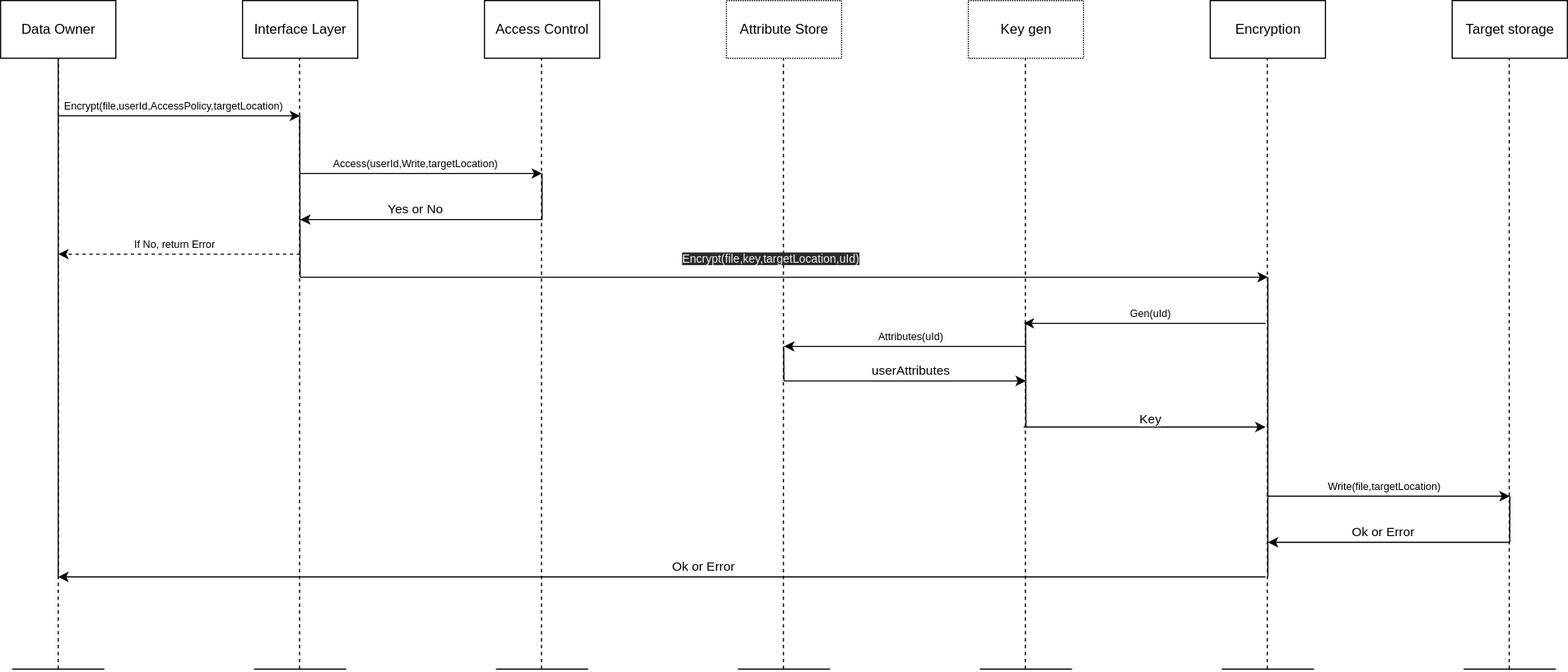
This is docs/design/system/encryption_flow.drawio.svg from ivajon/NGAC_ABE, a draw.io export, as it was before one commit. Source tidied: cells renumbered, new cells last; positions are measured from the earlier drawing's top-left corner, leaving out a move shared by most shapes.
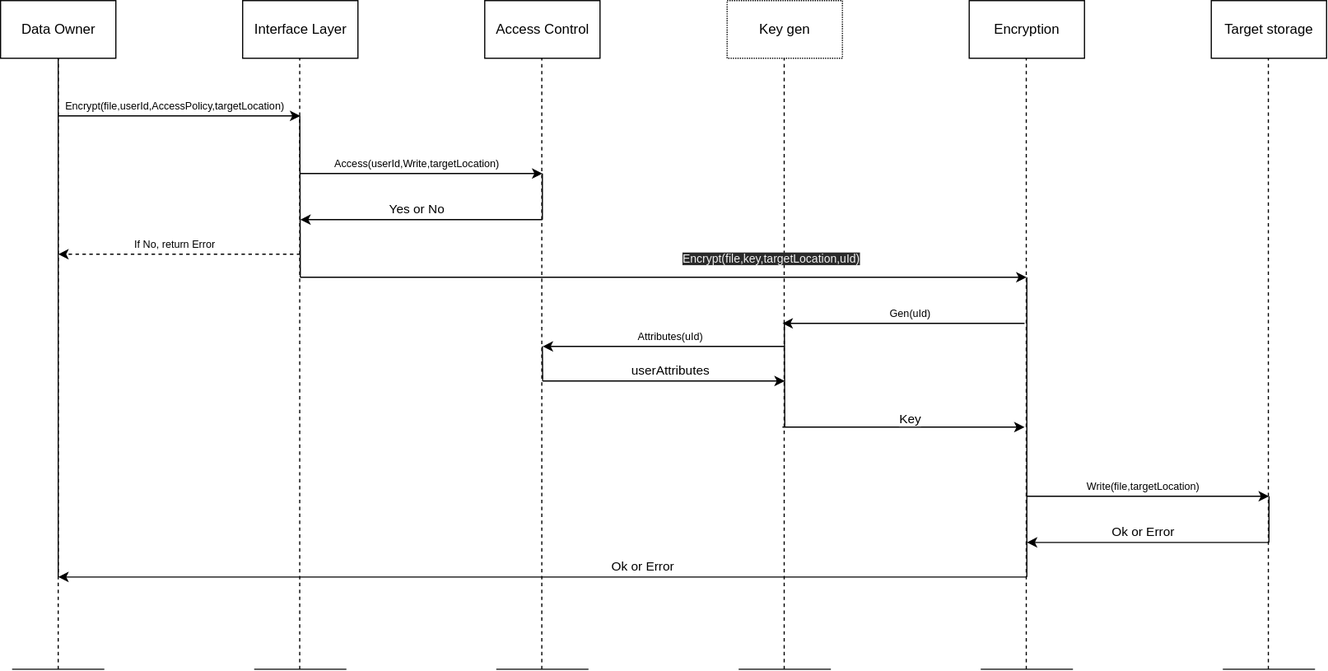
The same diagram one commit later.

Diff of the diagram source:
```diff
@@ -9,7 +9,7 @@
       <mxGeometry x="420" width="100" height="50" as="geometry" />
     </mxCell>
     <mxCell id="4" value="Encryption" style="html=1;dashed=0;whitespace=wrap;" parent="1" vertex="1">
-      <mxGeometry x="1050" width="100" height="50" as="geometry" />
+      <mxGeometry x="840.3" width="100" height="50" as="geometry" />
     </mxCell>
     <mxCell id="5" value="Interface Layer" style="html=1;dashed=0;whitespace=wrap;" parent="1" vertex="1">
       <mxGeometry x="210" width="100" height="50" as="geometry" />
@@ -43,10 +43,10 @@
     </mxCell>
     <mxCell id="9" style="endArrow=none;html=1;" parent="1" edge="1">
       <mxGeometry relative="1" as="geometry">
-        <mxPoint x="1060" y="580" as="sourcePoint" />
-        <mxPoint x="1140" y="580" as="targetPoint" />
+        <mxPoint x="850.3" y="580" as="sourcePoint" />
+        <mxPoint x="930.3" y="580" as="targetPoint" />
         <Array as="points">
-          <mxPoint x="1100" y="580" />
+          <mxPoint x="890.3" y="580" />
         </Array>
       </mxGeometry>
     </mxCell>
@@ -69,8 +69,8 @@
     </mxCell>
     <mxCell id="13" style="endArrow=none;dashed=1;html=1;entryX=0.5;entryY=1;entryDx=0;entryDy=0;" parent="1" edge="1">
       <mxGeometry relative="1" as="geometry">
-        <mxPoint x="1099.5" y="580" as="sourcePoint" />
-        <mxPoint x="1099.5" y="50" as="targetPoint" />
+        <mxPoint x="889.8" y="580" as="sourcePoint" />
+        <mxPoint x="889.8" y="50" as="targetPoint" />
       </mxGeometry>
     </mxCell>
     <mxCell id="14" style="endArrow=classic;html=1;" parent="1" edge="1">
@@ -91,21 +91,21 @@
       </mxGeometry>
     </mxCell>
     <mxCell id="17" value="Target storage" style="html=1;dashed=0;whitespace=wrap;" parent="1" vertex="1">
-      <mxGeometry x="1260" width="100" height="50" as="geometry" />
+      <mxGeometry x="1050.3" width="100" height="50" as="geometry" />
     </mxCell>
     <mxCell id="18" style="endArrow=none;html=1;" parent="1" edge="1">
       <mxGeometry relative="1" as="geometry">
-        <mxPoint x="1270" y="580" as="sourcePoint" />
-        <mxPoint x="1350" y="580" as="targetPoint" />
+        <mxPoint x="1060.3" y="580" as="sourcePoint" />
+        <mxPoint x="1140.3" y="580" as="targetPoint" />
         <Array as="points">
-          <mxPoint x="1310" y="580" />
+          <mxPoint x="1100.3" y="580" />
         </Array>
       </mxGeometry>
     </mxCell>
     <mxCell id="19" style="endArrow=none;dashed=1;html=1;entryX=0.5;entryY=1;entryDx=0;entryDy=0;" parent="1" edge="1">
       <mxGeometry relative="1" as="geometry">
-        <mxPoint x="1309.5" y="580" as="sourcePoint" />
-        <mxPoint x="1309.5" y="50" as="targetPoint" />
+        <mxPoint x="1099.8" y="580" as="sourcePoint" />
+        <mxPoint x="1099.8" y="50" as="targetPoint" />
       </mxGeometry>
     </mxCell>
     <mxCell id="20" style="endArrow=none;html=1;" parent="1" edge="1">
@@ -155,14 +155,14 @@
     </mxCell>
     <mxCell id="28" style="endArrow=none;html=1;" parent="1" edge="1">
       <mxGeometry relative="1" as="geometry">
-        <mxPoint x="1100" y="500" as="sourcePoint" />
-        <mxPoint x="1100" y="240" as="targetPoint" />
+        <mxPoint x="890.3" y="500" as="sourcePoint" />
+        <mxPoint x="890.3" y="240" as="targetPoint" />
       </mxGeometry>
     </mxCell>
     <mxCell id="29" style="endArrow=classic;html=1;" parent="1" edge="1">
       <mxGeometry relative="1" as="geometry">
-        <mxPoint x="1100" y="430" as="sourcePoint" />
-        <mxPoint x="1310" y="430" as="targetPoint" />
+        <mxPoint x="890.3" y="430" as="sourcePoint" />
+        <mxPoint x="1100.3" y="430" as="targetPoint" />
       </mxGeometry>
     </mxCell>
     <mxCell id="30" value="&lt;font style=&quot;font-size: 9px&quot;&gt;Write(file,targetLocation)&lt;/font&gt;" style="edgeLabel;html=1;align=center;verticalAlign=middle;" parent="29" vertex="1">
@@ -172,14 +172,14 @@
     </mxCell>
     <mxCell id="31" style="endArrow=none;html=1;" parent="1" edge="1">
       <mxGeometry relative="1" as="geometry">
-        <mxPoint x="1310" y="470" as="sourcePoint" />
-        <mxPoint x="1310.1" y="430" as="targetPoint" />
+        <mxPoint x="1100.3" y="470" as="sourcePoint" />
+        <mxPoint x="1100.3" y="430" as="targetPoint" />
       </mxGeometry>
     </mxCell>
     <mxCell id="32" style="endArrow=classic;html=1;" parent="1" edge="1">
       <mxGeometry relative="1" as="geometry">
-        <mxPoint x="1310" y="470" as="sourcePoint" />
-        <mxPoint x="1100" y="470" as="targetPoint" />
+        <mxPoint x="1100.3" y="470" as="sourcePoint" />
+        <mxPoint x="890.3" y="470" as="targetPoint" />
       </mxGeometry>
     </mxCell>
     <mxCell id="33" value="Ok or Error" style="edgeLabel;html=1;align=center;verticalAlign=middle;" parent="32" vertex="1">
@@ -187,52 +187,34 @@
         <mxPoint x="46" y="-13" as="offset" />
       </mxGeometry>
     </mxCell>
-    <mxCell id="34" value="Attribute Store" style="html=1;dashed=1;whitespace=wrap;dashPattern=1 1;" parent="1" vertex="1">
-      <mxGeometry x="630" width="100" height="50" as="geometry" />
-    </mxCell>
-    <mxCell id="35" style="endArrow=none;html=1;" parent="1" edge="1">
-      <mxGeometry relative="1" as="geometry">
-        <mxPoint x="640" y="580" as="sourcePoint" />
-        <mxPoint x="720" y="580" as="targetPoint" />
-        <Array as="points">
-          <mxPoint x="680" y="580" />
-        </Array>
-      </mxGeometry>
-    </mxCell>
-    <mxCell id="36" style="endArrow=none;dashed=1;html=1;entryX=0.5;entryY=1;entryDx=0;entryDy=0;" parent="1" edge="1">
-      <mxGeometry relative="1" as="geometry">
-        <mxPoint x="679.5" y="580" as="sourcePoint" />
-        <mxPoint x="679.5" y="50" as="targetPoint" />
-      </mxGeometry>
-    </mxCell>
     <mxCell id="37" value="Key gen" style="html=1;dashed=1;whitespace=wrap;dashPattern=1 1;" parent="1" vertex="1">
-      <mxGeometry x="840" width="100" height="50" as="geometry" />
+      <mxGeometry x="630.3" width="100" height="50" as="geometry" />
     </mxCell>
     <mxCell id="38" style="endArrow=none;html=1;" parent="1" edge="1">
       <mxGeometry relative="1" as="geometry">
-        <mxPoint x="850" y="580" as="sourcePoint" />
-        <mxPoint x="930" y="580" as="targetPoint" />
+        <mxPoint x="640.3" y="580" as="sourcePoint" />
+        <mxPoint x="720.3" y="580" as="targetPoint" />
         <Array as="points">
-          <mxPoint x="890" y="580" />
+          <mxPoint x="680.3" y="580" />
         </Array>
       </mxGeometry>
     </mxCell>
     <mxCell id="39" style="endArrow=none;dashed=1;html=1;entryX=0.5;entryY=1;entryDx=0;entryDy=0;" parent="1" edge="1">
       <mxGeometry relative="1" as="geometry">
-        <mxPoint x="889.5" y="580" as="sourcePoint" />
-        <mxPoint x="889.5" y="50" as="targetPoint" />
+        <mxPoint x="679.8" y="580" as="sourcePoint" />
+        <mxPoint x="679.8" y="50" as="targetPoint" />
       </mxGeometry>
     </mxCell>
     <mxCell id="40" style="endArrow=classic;html=1;" parent="1" edge="1">
       <mxGeometry relative="1" as="geometry">
         <mxPoint x="260" y="240" as="sourcePoint" />
-        <mxPoint x="1100" y="240" as="targetPoint" />
+        <mxPoint x="890" y="240" as="targetPoint" />
       </mxGeometry>
     </mxCell>
     <mxCell id="41" style="endArrow=classic;html=1;" parent="1" edge="1">
       <mxGeometry relative="1" as="geometry">
-        <mxPoint x="888" y="370" as="sourcePoint" />
-        <mxPoint x="1098" y="370" as="targetPoint" />
+        <mxPoint x="678.3" y="370" as="sourcePoint" />
+        <mxPoint x="888.3" y="370" as="targetPoint" />
       </mxGeometry>
     </mxCell>
     <mxCell id="42" value="Key" style="edgeLabel;html=1;align=center;verticalAlign=middle;" parent="41" vertex="1">
@@ -242,8 +224,8 @@
     </mxCell>
     <mxCell id="43" style="endArrow=classic;html=1;" parent="1" edge="1">
       <mxGeometry relative="1" as="geometry">
-        <mxPoint x="890" y="300" as="sourcePoint" />
-        <mxPoint x="680" y="300" as="targetPoint" />
+        <mxPoint x="680.3" y="300" as="sourcePoint" />
+        <mxPoint x="470.3" y="300" as="targetPoint" />
       </mxGeometry>
     </mxCell>
     <mxCell id="44" value="&lt;font style=&quot;font-size: 9px&quot;&gt;Attributes(uId)&lt;/font&gt;" style="edgeLabel;html=1;align=center;verticalAlign=middle;" parent="43" vertex="1">
@@ -253,8 +235,8 @@
     </mxCell>
     <mxCell id="45" style="endArrow=classic;html=1;" parent="1" edge="1">
       <mxGeometry relative="1" as="geometry">
-        <mxPoint x="680" y="330" as="sourcePoint" />
-        <mxPoint x="890" y="330" as="targetPoint" />
+        <mxPoint x="470.3" y="330" as="sourcePoint" />
+        <mxPoint x="680.3" y="330" as="targetPoint" />
       </mxGeometry>
     </mxCell>
     <mxCell id="46" value="userAttributes" style="edgeLabel;html=1;align=center;verticalAlign=middle;" parent="45" vertex="1">
@@ -264,7 +246,7 @@
     </mxCell>
     <mxCell id="47" style="endArrow=classic;html=1;" parent="1" edge="1">
       <mxGeometry relative="1" as="geometry">
-        <mxPoint x="1098" y="500" as="sourcePoint" />
+        <mxPoint x="890" y="500" as="sourcePoint" />
         <mxPoint x="50" y="500" as="targetPoint" />
       </mxGeometry>
     </mxCell>
@@ -278,8 +260,8 @@
     </mxCell>
     <mxCell id="50" style="endArrow=classic;html=1;" parent="1" edge="1">
       <mxGeometry relative="1" as="geometry">
-        <mxPoint x="1098" y="280" as="sourcePoint" />
-        <mxPoint x="888" y="280" as="targetPoint" />
+        <mxPoint x="888.3" y="280" as="sourcePoint" />
+        <mxPoint x="678.3" y="280" as="targetPoint" />
       </mxGeometry>
     </mxCell>
     <mxCell id="51" value="&lt;font style=&quot;font-size: 9px&quot;&gt;Gen(uId)&lt;/font&gt;" style="edgeLabel;html=1;align=center;verticalAlign=middle;" parent="50" vertex="1">
@@ -289,14 +271,14 @@
     </mxCell>
     <mxCell id="52" style="endArrow=none;html=1;" parent="1" edge="1">
       <mxGeometry relative="1" as="geometry">
-        <mxPoint x="680" y="330" as="sourcePoint" />
-        <mxPoint x="679.7" y="300" as="targetPoint" />
+        <mxPoint x="470.3" y="330" as="sourcePoint" />
+        <mxPoint x="470" y="300" as="targetPoint" />
       </mxGeometry>
     </mxCell>
     <mxCell id="53" style="endArrow=none;html=1;" parent="1" edge="1">
       <mxGeometry relative="1" as="geometry">
-        <mxPoint x="890" y="370" as="sourcePoint" />
-        <mxPoint x="889.7" y="280" as="targetPoint" />
+        <mxPoint x="680.3" y="370" as="sourcePoint" />
+        <mxPoint x="679.9" y="280" as="targetPoint" />
       </mxGeometry>
     </mxCell>
   </root>
```
